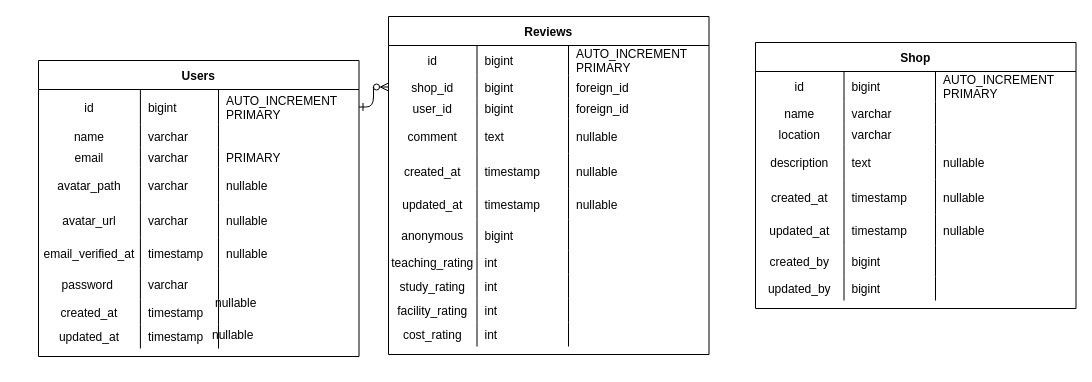
Above: my-app/test.drawio in OzakiKazuhiro/jyukul (draw.io), before the change. Source tidied: cells renumbered, new cells numbered last; positions are measured from the earlier drawing's top-left corner, leaving out a move shared by most shapes. Both pictures are drawn from the tidied source at 100%, with x=0, y=0 at pixel (38, 16).
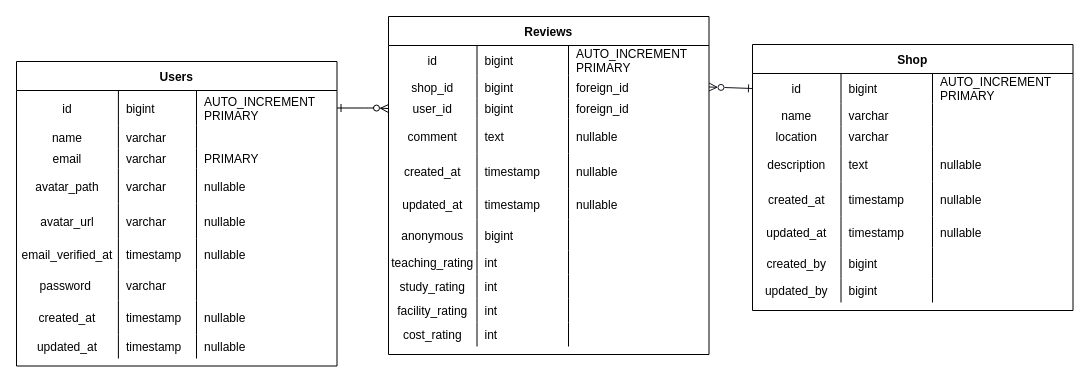
Above is the later version.

Unchanged cells that the change refers to:
```xml
<mxCell id="3" style="shape=tableRow;horizontal=0;startSize=0;swimlaneHead=0;swimlaneBody=0;fillColor=none;points=[[0,0.5],[1,0.5]];portConstraint=eastwest;top=0;left=0;right=0;bottom=0;" parent="2" vertex="1">
  <mxGeometry y="29" width="320.5" height="30" as="geometry" />
</mxCell>
<mxCell id="38" style="shape=tableRow;horizontal=0;startSize=0;swimlaneHead=0;swimlaneBody=0;fillColor=none;points=[[0,0.5],[1,0.5]];portConstraint=eastwest;top=0;left=0;right=0;bottom=0;" parent="37" vertex="1">
  <mxGeometry y="29" width="320.5" height="35" as="geometry" />
</mxCell>
<mxCell id="79" style="shape=tableRow;horizontal=0;startSize=0;swimlaneHead=0;swimlaneBody=0;fillColor=none;points=[[0,0.5],[1,0.5]];portConstraint=eastwest;top=0;left=0;right=0;bottom=0;" parent="74" vertex="1">
  <mxGeometry y="59" width="320.5" height="23" as="geometry" />
</mxCell>
<mxCell id="83" style="shape=tableRow;horizontal=0;startSize=0;swimlaneHead=0;swimlaneBody=0;fillColor=none;points=[[0,0.5],[1,0.5]];portConstraint=eastwest;top=0;left=0;right=0;bottom=0;" parent="74" vertex="1">
  <mxGeometry y="82" width="320.5" height="20" as="geometry" />
</mxCell>
```

Diff of the diagram source:
```diff
@@
     <mxCell id="2" value="Shop" style="shape=table;startSize=29;childLayout=tableLayout;rowLines=0;fontStyle=1;align=center;fillColor=default;" parent="1" vertex="1">
-      <mxGeometry x="717" y="26" width="320.5" height="266" as="geometry" />
+      <mxGeometry x="714" y="28" width="320.5" height="266" as="geometry" />
     </mxCell>
@@
-    <mxCell id="35" value="nullable" style="shape=partialRectangle;fillColor=none;top=0;left=0;bottom=0;right=0;align=left;spacingLeft=6;overflow=hidden;strokeColor=default;fontColor=#000000;" parent="1" vertex="1">
-      <mxGeometry x="169" y="268" width="140.5" height="35" as="geometry" />
-    </mxCell>
-    <mxCell id="36" value="nullable" style="shape=partialRectangle;fillColor=none;top=0;left=0;bottom=0;right=0;align=left;spacingLeft=6;overflow=hidden;strokeColor=default;fontColor=#000000;" parent="1" vertex="1">
-      <mxGeometry x="166" y="300" width="140.5" height="35" as="geometry" />
-    </mxCell>
     <mxCell id="37" value="Users" style="shape=table;startSize=29;childLayout=tableLayout;rowLines=0;fontStyle=1;align=center;fillColor=default;" parent="1" vertex="1">
-      <mxGeometry y="44" width="320.5" height="296" as="geometry" />
+      <mxGeometry x="-22" y="45" width="320.5" height="304.5" as="geometry" />
     </mxCell>
@@
     <mxCell id="66" style="shape=tableRow;horizontal=0;startSize=0;swimlaneHead=0;swimlaneBody=0;fillColor=none;top=0;left=0;right=0;bottom=0;" parent="37" vertex="1">
-      <mxGeometry y="239" width="320.5" height="25" as="geometry" />
+      <mxGeometry y="239" width="320.5" height="34" as="geometry" />
     </mxCell>
     <mxCell id="67" value="created_at" style="shape=partialRectangle;fillColor=none;top=0;left=0;bottom=0;right=0;overflow=hidden;strokeColor=default;fontColor=#000000;" parent="66" vertex="1">
-      <mxGeometry width="101.9" height="25" as="geometry" />
+      <mxGeometry width="101.9" height="34" as="geometry" />
     </mxCell>
     <mxCell id="68" value="timestamp" style="shape=partialRectangle;fillColor=none;top=0;left=0;bottom=0;right=0;align=left;spacingLeft=6;overflow=hidden;strokeColor=default;fontColor=#000000;" parent="66" vertex="1">
-      <mxGeometry x="101.9" width="78.1" height="25" as="geometry" />
+      <mxGeometry x="101.9" width="78.1" height="34" as="geometry" />
     </mxCell>
-    <mxCell id="69" style="shape=partialRectangle;fillColor=none;top=0;left=0;bottom=0;right=0;align=left;spacingLeft=6;overflow=hidden;strokeColor=default;fontColor=#000000;" parent="66" vertex="1">
-      <mxGeometry x="180" width="140.5" height="25" as="geometry" />
+    <mxCell id="69" value="nullable" style="shape=partialRectangle;fillColor=none;top=0;left=0;bottom=0;right=0;align=left;spacingLeft=6;overflow=hidden;strokeColor=default;fontColor=#000000;" parent="66" vertex="1">
+      <mxGeometry x="180" width="140.5" height="34" as="geometry" />
     </mxCell>
     <mxCell id="70" style="shape=tableRow;horizontal=0;startSize=0;swimlaneHead=0;swimlaneBody=0;fillColor=none;top=0;left=0;right=0;bottom=0;" parent="37" vertex="1">
-      <mxGeometry y="264" width="320.5" height="24" as="geometry" />
+      <mxGeometry y="273" width="320.5" height="24" as="geometry" />
     </mxCell>
@@
-    <mxCell id="73" style="shape=partialRectangle;fillColor=none;top=0;left=0;bottom=0;right=0;align=left;spacingLeft=6;overflow=hidden;strokeColor=default;fontColor=#000000;" parent="70" vertex="1">
+    <mxCell id="73" value="nullable" style="shape=partialRectangle;fillColor=none;top=0;left=0;bottom=0;right=0;align=left;spacingLeft=6;overflow=hidden;strokeColor=default;fontColor=#000000;" parent="70" vertex="1">
       <mxGeometry x="180" width="140.5" height="24" as="geometry" />
     </mxCell>
@@
-    <mxCell id="119" style="edgeStyle=elbowEdgeStyle;html=1;exitX=1;exitY=0.5;exitDx=0;exitDy=0;entryX=0;entryY=0.5;entryDx=0;entryDy=0;endArrow=ERzeroToMany;endFill=0;strokeColor=#000000;startArrow=ERone;startFill=0;" parent="1" edge="1" source="38" target="79">
-      <mxGeometry relative="1" as="geometry" />
+    <mxCell id="119" style="edgeStyle=elbowEdgeStyle;html=1;exitX=1;exitY=0.5;exitDx=0;exitDy=0;entryX=0;entryY=0.5;entryDx=0;entryDy=0;endArrow=ERzeroToMany;endFill=0;strokeColor=#000000;startArrow=ERone;startFill=0;" parent="1" edge="1" source="38" target="83">
+      <mxGeometry relative="1" as="geometry">
+        <Array as="points">
+          <mxPoint x="336" y="96" />
+        </Array>
+      </mxGeometry>
     </mxCell>
+    <mxCell id="120" style="edgeStyle=none;html=1;exitX=0;exitY=0.5;exitDx=0;exitDy=0;entryX=1;entryY=0.5;entryDx=0;entryDy=0;endArrow=ERzeroToMany;endFill=0;startArrow=ERone;startFill=0;labelBackgroundColor=#18141D;fontColor=#000000;strokeColor=#18141D;" parent="1" edge="1" source="3" target="79">
+      <mxGeometry relative="1" as="geometry" />
+    </mxCell>
```
